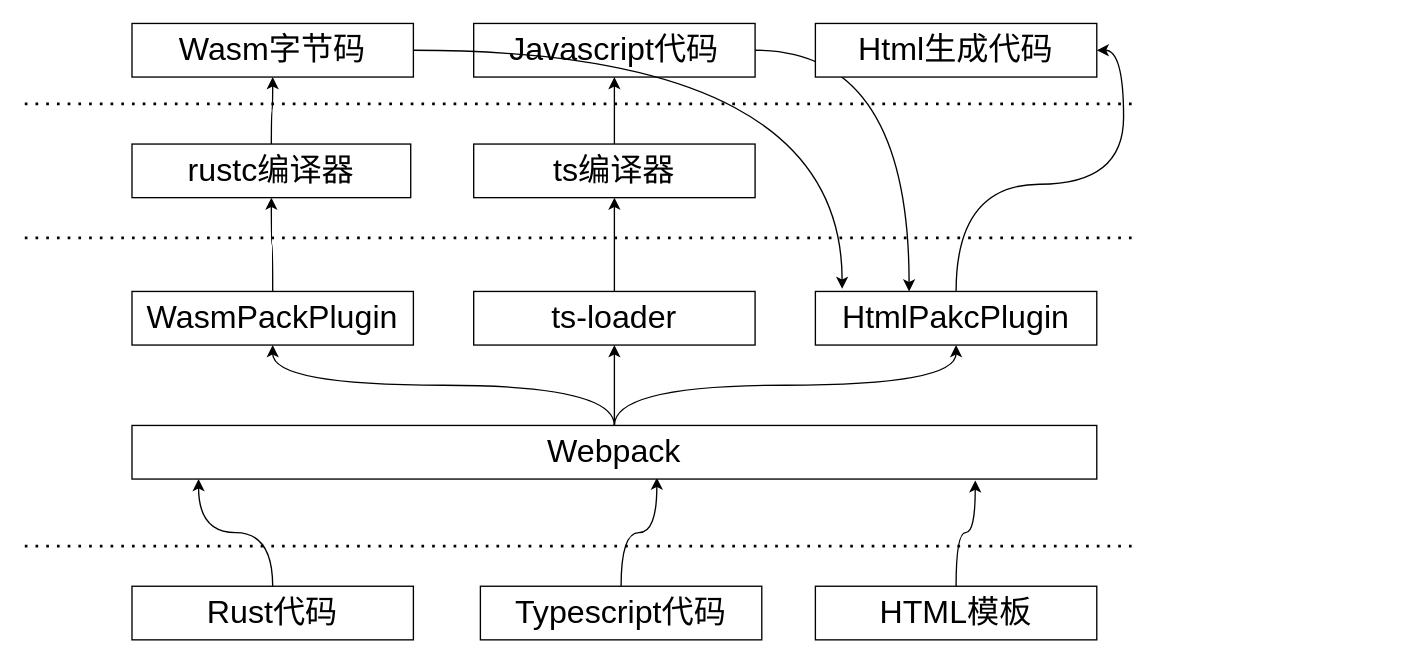
Before: logical layer.drawio in estraining/diagram-store, a draw.io diagram. Source tidied: cells renumbered, new cells numbered last; positions are measured from the earlier drawing's top-left corner, leaving out a move shared by most shapes. Both pictures are drawn from the tidied source at 134%, with x=0, y=0 at pixel (24, 23).
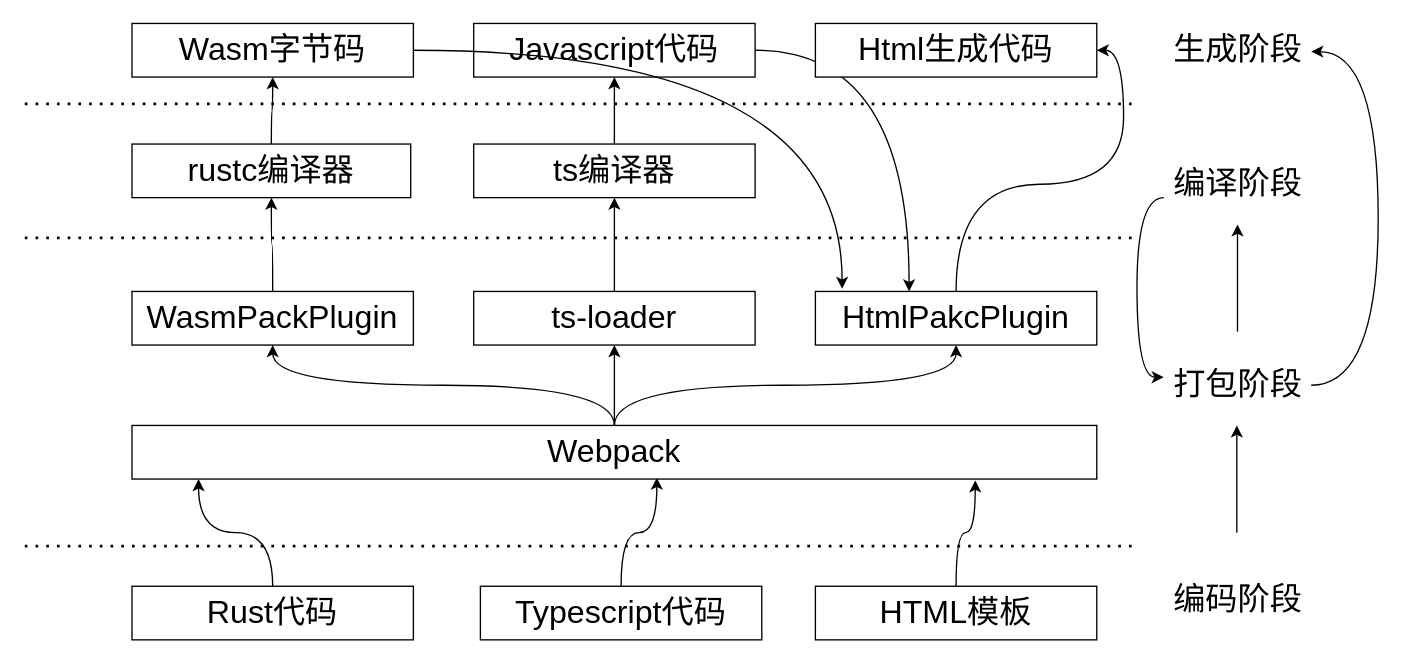
Above is the later version.

The edit, as a diff of the source:
```diff
@@
+    <mxCell id="30" value="&lt;span style=&quot;font-size: 24px&quot;&gt;生成阶段&lt;/span&gt;" style="text;html=1;align=center;verticalAlign=middle;" parent="1" vertex="1">
+      <mxGeometry x="850" y="10" width="110" height="20" as="geometry" />
+    </mxCell>
+    <mxCell id="31" style="edgeStyle=orthogonalEdgeStyle;curved=1;rounded=0;orthogonalLoop=1;jettySize=auto;html=1;" parent="1" edge="1">
+      <mxGeometry relative="1" as="geometry">
+        <mxPoint x="905" y="230" as="sourcePoint" />
+        <mxPoint x="905" y="150" as="targetPoint" />
+      </mxGeometry>
+    </mxCell>
+    <mxCell id="32" style="edgeStyle=orthogonalEdgeStyle;curved=1;rounded=0;jettySize=auto;html=1;" parent="1" edge="1" source="33">
+      <mxGeometry relative="1" as="geometry">
+        <mxPoint x="960" y="21" as="targetPoint" />
+        <Array as="points">
+          <mxPoint x="1010" y="270" />
+          <mxPoint x="1010" y="21" />
+        </Array>
+      </mxGeometry>
+    </mxCell>
+    <mxCell id="33" value="&lt;font style=&quot;font-size: 24px&quot;&gt;打包阶段&lt;/font&gt;" style="text;html=1;align=center;verticalAlign=middle;points=[];" parent="1" vertex="1">
+      <mxGeometry x="850" y="260" width="110" height="20" as="geometry" />
+    </mxCell>
+    <mxCell id="34" value="&lt;span style=&quot;font-size: 24px&quot;&gt;编码阶段&lt;/span&gt;" style="text;html=1;align=center;verticalAlign=middle;" parent="1" vertex="1">
+      <mxGeometry x="850" y="420" width="110" height="20" as="geometry" />
+    </mxCell>
+    <mxCell id="35" style="edgeStyle=orthogonalEdgeStyle;curved=1;rounded=0;jettySize=auto;html=1;" parent="1" edge="1" source="36" target="33">
+      <mxGeometry relative="1" as="geometry">
+        <Array as="points">
+          <mxPoint x="830" y="130" />
+          <mxPoint x="830" y="264" />
+        </Array>
+      </mxGeometry>
+    </mxCell>
+    <mxCell id="36" value="&lt;span style=&quot;font-size: 24px&quot;&gt;编译阶段&lt;/span&gt;" style="text;html=1;align=center;verticalAlign=middle;points=[];" parent="1" vertex="1">
+      <mxGeometry x="850" y="110" width="110" height="20" as="geometry" />
+    </mxCell>
+    <mxCell id="37" style="edgeStyle=orthogonalEdgeStyle;curved=1;rounded=0;orthogonalLoop=1;jettySize=auto;html=1;" parent="1" edge="1">
+      <mxGeometry relative="1" as="geometry">
+        <mxPoint x="904.5" y="380" as="sourcePoint" />
+        <mxPoint x="904.5" y="300" as="targetPoint" />
+        <Array as="points">
+          <mxPoint x="905" y="330" />
+          <mxPoint x="905" y="330" />
+        </Array>
+      </mxGeometry>
+    </mxCell>
```
